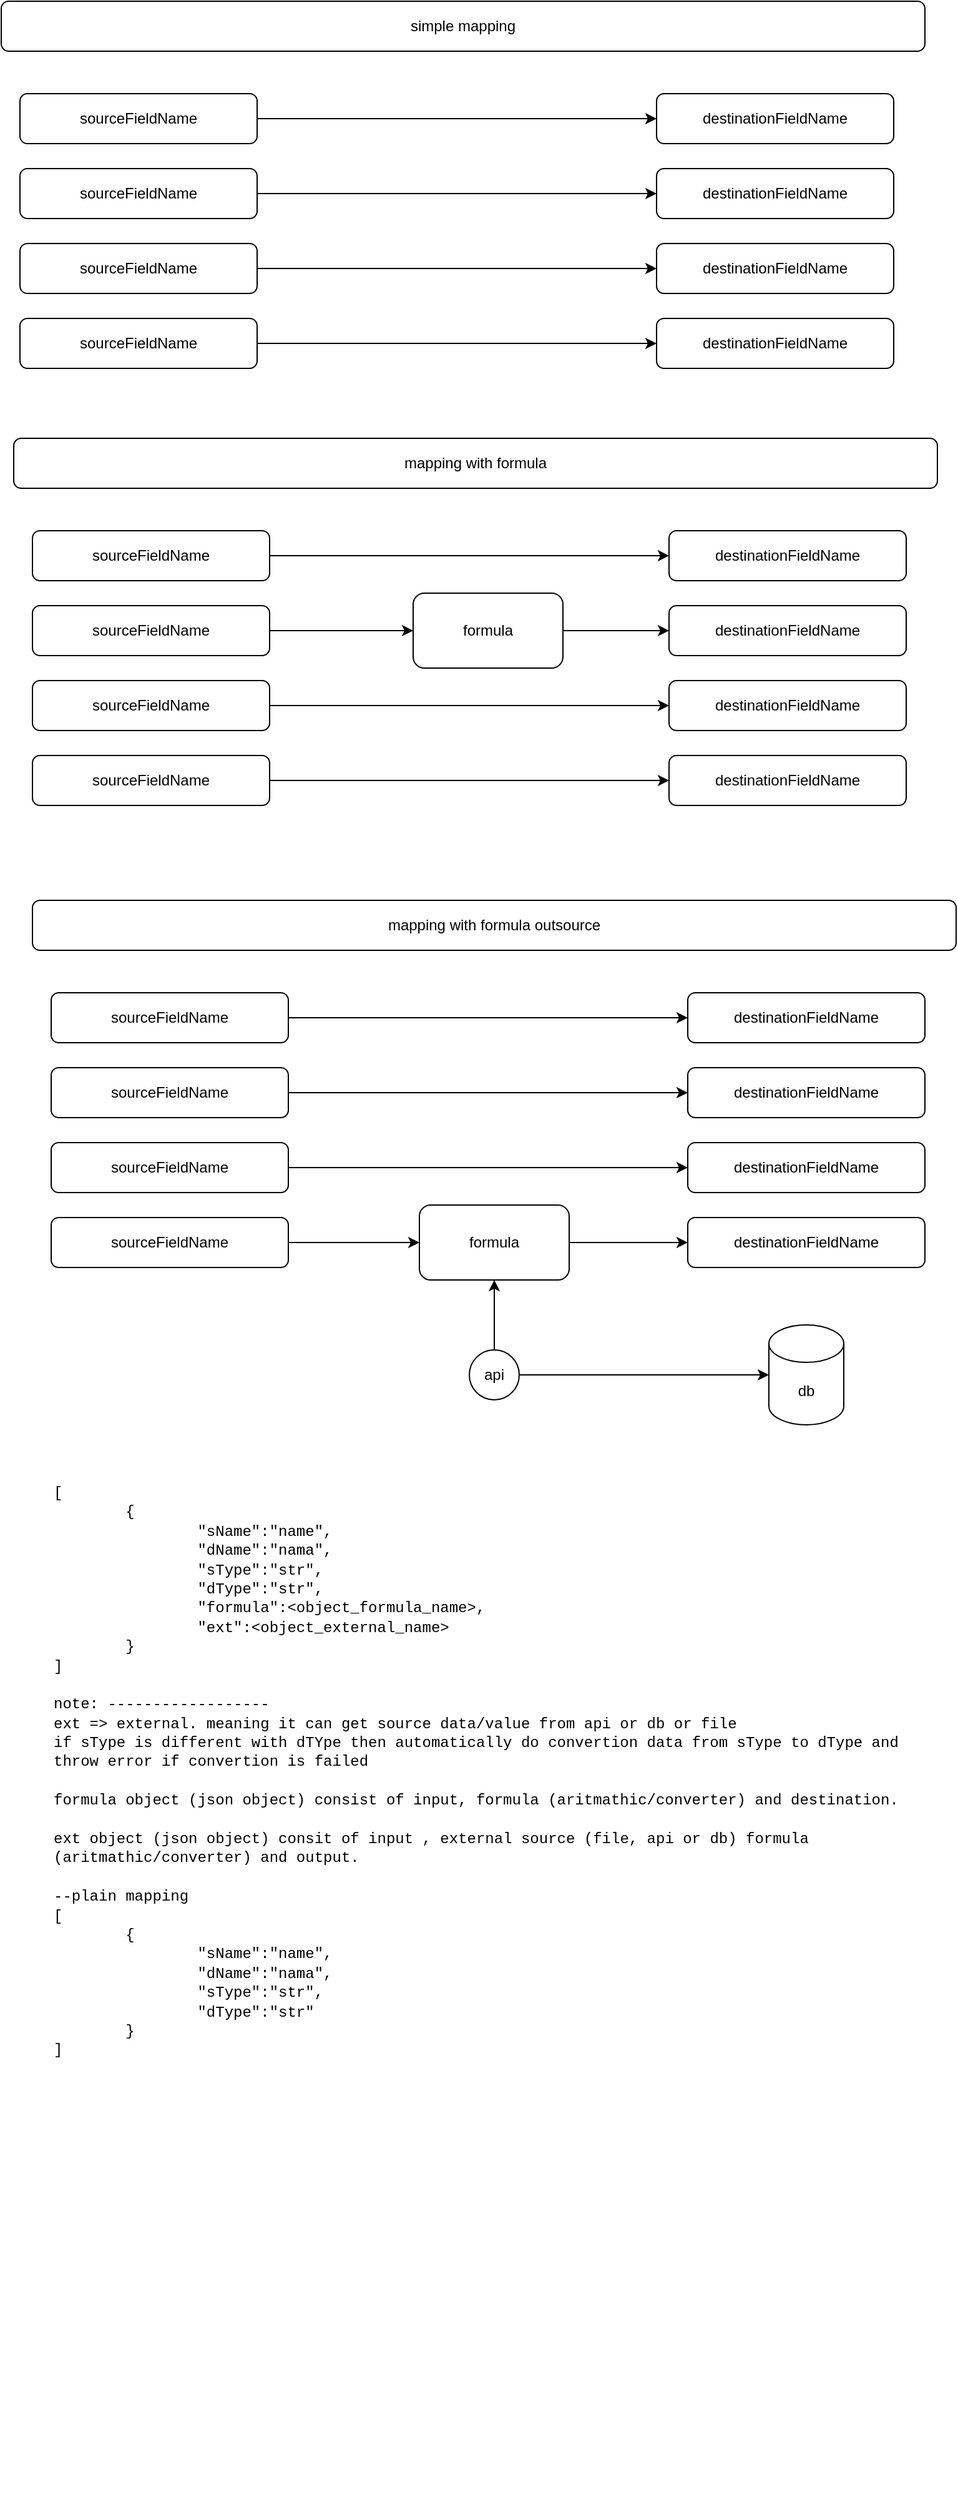
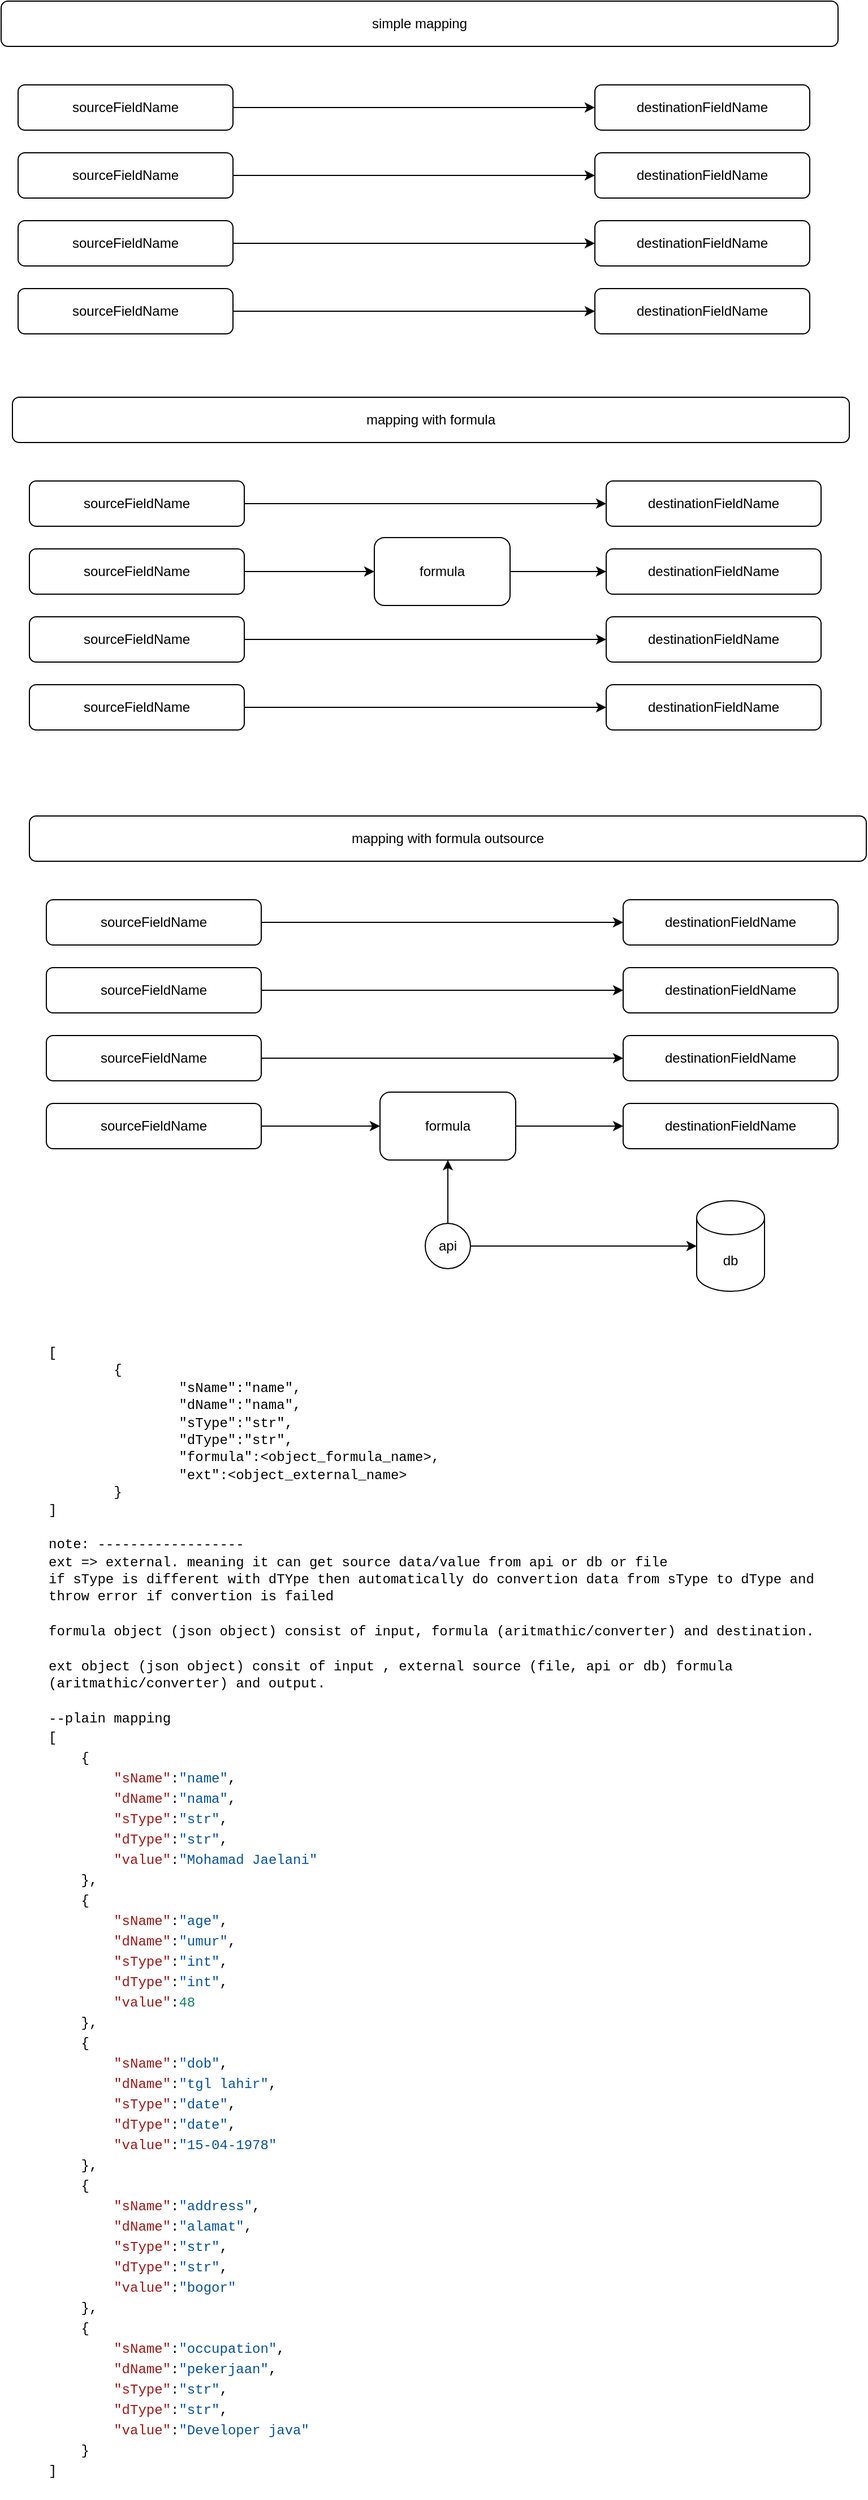
<mxfile host="app.diagrams.net">
  <diagram name="Page-1" id="w0qSyX79uqXvIxm3ApQV">
    <mxGraphModel dx="774" dy="623" grid="1" gridSize="10" guides="1" tooltips="1" connect="1" arrows="1" fold="1" page="1" pageScale="1" pageWidth="850" pageHeight="1100" math="0" shadow="0">
      <root>
        <mxCell id="0" />
        <mxCell id="1" parent="0" />
        <mxCell id="C5vNhbu8yeIDAcz09rIj-13" parent="1" style="rounded=1;whiteSpace=wrap;html=1;" value="simple mapping" vertex="1">
          <mxGeometry height="40" width="740" x="60" y="30" as="geometry" />
        </mxCell>
        <mxCell id="C5vNhbu8yeIDAcz09rIj-9" edge="1" parent="1" source="C5vNhbu8yeIDAcz09rIj-1" style="edgeStyle=orthogonalEdgeStyle;rounded=0;orthogonalLoop=1;jettySize=auto;html=1;entryX=0;entryY=0.5;entryDx=0;entryDy=0;" target="C5vNhbu8yeIDAcz09rIj-5">
          <mxGeometry relative="1" as="geometry" />
        </mxCell>
        <mxCell id="C5vNhbu8yeIDAcz09rIj-1" parent="1" style="rounded=1;whiteSpace=wrap;html=1;" value="sourceFieldName" vertex="1">
          <mxGeometry height="40" width="190" x="75" y="104" as="geometry" />
        </mxCell>
        <mxCell id="C5vNhbu8yeIDAcz09rIj-10" edge="1" parent="1" source="C5vNhbu8yeIDAcz09rIj-2" style="edgeStyle=orthogonalEdgeStyle;rounded=0;orthogonalLoop=1;jettySize=auto;html=1;entryX=0;entryY=0.5;entryDx=0;entryDy=0;" target="C5vNhbu8yeIDAcz09rIj-6">
          <mxGeometry relative="1" as="geometry" />
        </mxCell>
        <mxCell id="C5vNhbu8yeIDAcz09rIj-2" parent="1" style="rounded=1;whiteSpace=wrap;html=1;" value="sourceFieldName" vertex="1">
          <mxGeometry height="40" width="190" x="75" y="164" as="geometry" />
        </mxCell>
        <mxCell id="C5vNhbu8yeIDAcz09rIj-11" edge="1" parent="1" source="C5vNhbu8yeIDAcz09rIj-3" style="edgeStyle=orthogonalEdgeStyle;rounded=0;orthogonalLoop=1;jettySize=auto;html=1;entryX=0;entryY=0.5;entryDx=0;entryDy=0;" target="C5vNhbu8yeIDAcz09rIj-7">
          <mxGeometry relative="1" as="geometry" />
        </mxCell>
        <mxCell id="C5vNhbu8yeIDAcz09rIj-3" parent="1" style="rounded=1;whiteSpace=wrap;html=1;" value="sourceFieldName" vertex="1">
          <mxGeometry height="40" width="190" x="75" y="224" as="geometry" />
        </mxCell>
        <mxCell id="C5vNhbu8yeIDAcz09rIj-12" edge="1" parent="1" source="C5vNhbu8yeIDAcz09rIj-4" style="edgeStyle=orthogonalEdgeStyle;rounded=0;orthogonalLoop=1;jettySize=auto;html=1;entryX=0;entryY=0.5;entryDx=0;entryDy=0;" target="C5vNhbu8yeIDAcz09rIj-8">
          <mxGeometry relative="1" as="geometry" />
        </mxCell>
        <mxCell id="C5vNhbu8yeIDAcz09rIj-4" parent="1" style="rounded=1;whiteSpace=wrap;html=1;" value="sourceFieldName" vertex="1">
          <mxGeometry height="40" width="190" x="75" y="284" as="geometry" />
        </mxCell>
        <mxCell id="C5vNhbu8yeIDAcz09rIj-5" parent="1" style="rounded=1;whiteSpace=wrap;html=1;" value="destinationFieldName" vertex="1">
          <mxGeometry height="40" width="190" x="585" y="104" as="geometry" />
        </mxCell>
        <mxCell id="C5vNhbu8yeIDAcz09rIj-6" parent="1" style="rounded=1;whiteSpace=wrap;html=1;" value="destinationFieldName" vertex="1">
          <mxGeometry height="40" width="190" x="585" y="164" as="geometry" />
        </mxCell>
        <mxCell id="C5vNhbu8yeIDAcz09rIj-7" parent="1" style="rounded=1;whiteSpace=wrap;html=1;" value="destinationFieldName" vertex="1">
          <mxGeometry height="40" width="190" x="585" y="224" as="geometry" />
        </mxCell>
        <mxCell id="C5vNhbu8yeIDAcz09rIj-8" parent="1" style="rounded=1;whiteSpace=wrap;html=1;" value="destinationFieldName" vertex="1">
          <mxGeometry height="40" width="190" x="585" y="284" as="geometry" />
        </mxCell>
        <mxCell id="C5vNhbu8yeIDAcz09rIj-14" parent="1" style="rounded=1;whiteSpace=wrap;html=1;" value="mapping with formula" vertex="1">
          <mxGeometry height="40" width="740" x="70" y="380" as="geometry" />
        </mxCell>
        <mxCell id="C5vNhbu8yeIDAcz09rIj-15" edge="1" parent="1" source="C5vNhbu8yeIDAcz09rIj-16" style="edgeStyle=orthogonalEdgeStyle;rounded=0;orthogonalLoop=1;jettySize=auto;html=1;entryX=0;entryY=0.5;entryDx=0;entryDy=0;" target="C5vNhbu8yeIDAcz09rIj-23">
          <mxGeometry relative="1" as="geometry" />
        </mxCell>
        <mxCell id="C5vNhbu8yeIDAcz09rIj-16" parent="1" style="rounded=1;whiteSpace=wrap;html=1;" value="sourceFieldName" vertex="1">
          <mxGeometry height="40" width="190" x="85" y="454" as="geometry" />
        </mxCell>
        <mxCell id="C5vNhbu8yeIDAcz09rIj-28" edge="1" parent="1" source="C5vNhbu8yeIDAcz09rIj-18" style="edgeStyle=orthogonalEdgeStyle;rounded=0;orthogonalLoop=1;jettySize=auto;html=1;entryX=0;entryY=0.5;entryDx=0;entryDy=0;" target="C5vNhbu8yeIDAcz09rIj-27">
          <mxGeometry relative="1" as="geometry" />
        </mxCell>
        <mxCell id="C5vNhbu8yeIDAcz09rIj-18" parent="1" style="rounded=1;whiteSpace=wrap;html=1;" value="sourceFieldName" vertex="1">
          <mxGeometry height="40" width="190" x="85" y="514" as="geometry" />
        </mxCell>
        <mxCell id="C5vNhbu8yeIDAcz09rIj-19" edge="1" parent="1" source="C5vNhbu8yeIDAcz09rIj-20" style="edgeStyle=orthogonalEdgeStyle;rounded=0;orthogonalLoop=1;jettySize=auto;html=1;entryX=0;entryY=0.5;entryDx=0;entryDy=0;" target="C5vNhbu8yeIDAcz09rIj-25">
          <mxGeometry relative="1" as="geometry" />
        </mxCell>
        <mxCell id="C5vNhbu8yeIDAcz09rIj-20" parent="1" style="rounded=1;whiteSpace=wrap;html=1;" value="sourceFieldName" vertex="1">
          <mxGeometry height="40" width="190" x="85" y="574" as="geometry" />
        </mxCell>
        <mxCell id="C5vNhbu8yeIDAcz09rIj-21" edge="1" parent="1" source="C5vNhbu8yeIDAcz09rIj-22" style="edgeStyle=orthogonalEdgeStyle;rounded=0;orthogonalLoop=1;jettySize=auto;html=1;entryX=0;entryY=0.5;entryDx=0;entryDy=0;" target="C5vNhbu8yeIDAcz09rIj-26">
          <mxGeometry relative="1" as="geometry" />
        </mxCell>
        <mxCell id="C5vNhbu8yeIDAcz09rIj-22" parent="1" style="rounded=1;whiteSpace=wrap;html=1;" value="sourceFieldName" vertex="1">
          <mxGeometry height="40" width="190" x="85" y="634" as="geometry" />
        </mxCell>
        <mxCell id="C5vNhbu8yeIDAcz09rIj-23" parent="1" style="rounded=1;whiteSpace=wrap;html=1;" value="destinationFieldName" vertex="1">
          <mxGeometry height="40" width="190" x="595" y="454" as="geometry" />
        </mxCell>
        <mxCell id="C5vNhbu8yeIDAcz09rIj-24" parent="1" style="rounded=1;whiteSpace=wrap;html=1;" value="destinationFieldName" vertex="1">
          <mxGeometry height="40" width="190" x="595" y="514" as="geometry" />
        </mxCell>
        <mxCell id="C5vNhbu8yeIDAcz09rIj-25" parent="1" style="rounded=1;whiteSpace=wrap;html=1;" value="destinationFieldName" vertex="1">
          <mxGeometry height="40" width="190" x="595" y="574" as="geometry" />
        </mxCell>
        <mxCell id="C5vNhbu8yeIDAcz09rIj-26" parent="1" style="rounded=1;whiteSpace=wrap;html=1;" value="destinationFieldName" vertex="1">
          <mxGeometry height="40" width="190" x="595" y="634" as="geometry" />
        </mxCell>
        <mxCell id="C5vNhbu8yeIDAcz09rIj-29" edge="1" parent="1" source="C5vNhbu8yeIDAcz09rIj-27" style="edgeStyle=orthogonalEdgeStyle;rounded=0;orthogonalLoop=1;jettySize=auto;html=1;entryX=0;entryY=0.5;entryDx=0;entryDy=0;" target="C5vNhbu8yeIDAcz09rIj-24">
          <mxGeometry relative="1" as="geometry">
            <mxPoint x="590" y="534" as="targetPoint" />
          </mxGeometry>
        </mxCell>
        <mxCell id="C5vNhbu8yeIDAcz09rIj-27" parent="1" style="rounded=1;whiteSpace=wrap;html=1;" value="formula" vertex="1">
          <mxGeometry height="60" width="120" x="390" y="504" as="geometry" />
        </mxCell>
        <mxCell id="C5vNhbu8yeIDAcz09rIj-30" parent="1" style="rounded=1;whiteSpace=wrap;html=1;" value="mapping with formula outsource" vertex="1">
          <mxGeometry height="40" width="740" x="85" y="750" as="geometry" />
        </mxCell>
        <mxCell id="C5vNhbu8yeIDAcz09rIj-31" edge="1" parent="1" source="C5vNhbu8yeIDAcz09rIj-32" style="edgeStyle=orthogonalEdgeStyle;rounded=0;orthogonalLoop=1;jettySize=auto;html=1;entryX=0;entryY=0.5;entryDx=0;entryDy=0;" target="C5vNhbu8yeIDAcz09rIj-39">
          <mxGeometry relative="1" as="geometry" />
        </mxCell>
        <mxCell id="C5vNhbu8yeIDAcz09rIj-32" parent="1" style="rounded=1;whiteSpace=wrap;html=1;" value="sourceFieldName" vertex="1">
          <mxGeometry height="40" width="190" x="100" y="824" as="geometry" />
        </mxCell>
        <mxCell id="C5vNhbu8yeIDAcz09rIj-33" edge="1" parent="1" source="C5vNhbu8yeIDAcz09rIj-34" style="edgeStyle=orthogonalEdgeStyle;rounded=0;orthogonalLoop=1;jettySize=auto;html=1;entryX=0;entryY=0.5;entryDx=0;entryDy=0;" target="C5vNhbu8yeIDAcz09rIj-40">
          <mxGeometry relative="1" as="geometry">
            <mxPoint x="405" y="904" as="targetPoint" />
          </mxGeometry>
        </mxCell>
        <mxCell id="C5vNhbu8yeIDAcz09rIj-34" parent="1" style="rounded=1;whiteSpace=wrap;html=1;" value="sourceFieldName" vertex="1">
          <mxGeometry height="40" width="190" x="100" y="884" as="geometry" />
        </mxCell>
        <mxCell id="C5vNhbu8yeIDAcz09rIj-35" edge="1" parent="1" source="C5vNhbu8yeIDAcz09rIj-36" style="edgeStyle=orthogonalEdgeStyle;rounded=0;orthogonalLoop=1;jettySize=auto;html=1;entryX=0;entryY=0.5;entryDx=0;entryDy=0;" target="C5vNhbu8yeIDAcz09rIj-41">
          <mxGeometry relative="1" as="geometry" />
        </mxCell>
        <mxCell id="C5vNhbu8yeIDAcz09rIj-36" parent="1" style="rounded=1;whiteSpace=wrap;html=1;" value="sourceFieldName" vertex="1">
          <mxGeometry height="40" width="190" x="100" y="944" as="geometry" />
        </mxCell>
        <mxCell id="C5vNhbu8yeIDAcz09rIj-47" edge="1" parent="1" source="C5vNhbu8yeIDAcz09rIj-38" style="edgeStyle=orthogonalEdgeStyle;rounded=0;orthogonalLoop=1;jettySize=auto;html=1;entryX=0;entryY=0.5;entryDx=0;entryDy=0;" target="C5vNhbu8yeIDAcz09rIj-46">
          <mxGeometry relative="1" as="geometry" />
        </mxCell>
        <mxCell id="C5vNhbu8yeIDAcz09rIj-38" parent="1" style="rounded=1;whiteSpace=wrap;html=1;" value="sourceFieldName" vertex="1">
          <mxGeometry height="40" width="190" x="100" y="1004" as="geometry" />
        </mxCell>
        <mxCell id="C5vNhbu8yeIDAcz09rIj-39" parent="1" style="rounded=1;whiteSpace=wrap;html=1;" value="destinationFieldName" vertex="1">
          <mxGeometry height="40" width="190" x="610" y="824" as="geometry" />
        </mxCell>
        <mxCell id="C5vNhbu8yeIDAcz09rIj-40" parent="1" style="rounded=1;whiteSpace=wrap;html=1;" value="destinationFieldName" vertex="1">
          <mxGeometry height="40" width="190" x="610" y="884" as="geometry" />
        </mxCell>
        <mxCell id="C5vNhbu8yeIDAcz09rIj-41" parent="1" style="rounded=1;whiteSpace=wrap;html=1;" value="destinationFieldName" vertex="1">
          <mxGeometry height="40" width="190" x="610" y="944" as="geometry" />
        </mxCell>
        <mxCell id="C5vNhbu8yeIDAcz09rIj-42" parent="1" style="rounded=1;whiteSpace=wrap;html=1;" value="destinationFieldName" vertex="1">
          <mxGeometry height="40" width="190" x="610" y="1004" as="geometry" />
        </mxCell>
        <mxCell id="C5vNhbu8yeIDAcz09rIj-45" parent="1" style="shape=cylinder3;whiteSpace=wrap;html=1;boundedLbl=1;backgroundOutline=1;size=15;" value="db" vertex="1">
          <mxGeometry height="80" width="60" x="675" y="1090" as="geometry" />
        </mxCell>
        <mxCell id="C5vNhbu8yeIDAcz09rIj-49" edge="1" parent="1" source="C5vNhbu8yeIDAcz09rIj-46" style="edgeStyle=orthogonalEdgeStyle;rounded=0;orthogonalLoop=1;jettySize=auto;html=1;entryX=0;entryY=0.5;entryDx=0;entryDy=0;" target="C5vNhbu8yeIDAcz09rIj-42">
          <mxGeometry relative="1" as="geometry" />
        </mxCell>
        <mxCell id="C5vNhbu8yeIDAcz09rIj-46" parent="1" style="rounded=1;whiteSpace=wrap;html=1;" value="formula" vertex="1">
          <mxGeometry height="60" width="120" x="395" y="994" as="geometry" />
        </mxCell>
        <mxCell id="C5vNhbu8yeIDAcz09rIj-51" edge="1" parent="1" source="C5vNhbu8yeIDAcz09rIj-50" style="edgeStyle=orthogonalEdgeStyle;rounded=0;orthogonalLoop=1;jettySize=auto;html=1;entryX=0.5;entryY=1;entryDx=0;entryDy=0;" target="C5vNhbu8yeIDAcz09rIj-46">
          <mxGeometry relative="1" as="geometry" />
        </mxCell>
        <mxCell id="C5vNhbu8yeIDAcz09rIj-50" parent="1" style="ellipse;whiteSpace=wrap;html=1;aspect=fixed;" value="api" vertex="1">
          <mxGeometry height="40" width="40" x="435" y="1110" as="geometry" />
        </mxCell>
        <mxCell id="C5vNhbu8yeIDAcz09rIj-52" edge="1" parent="1" source="C5vNhbu8yeIDAcz09rIj-50" style="edgeStyle=orthogonalEdgeStyle;rounded=0;orthogonalLoop=1;jettySize=auto;html=1;entryX=0;entryY=0.5;entryDx=0;entryDy=0;entryPerimeter=0;" target="C5vNhbu8yeIDAcz09rIj-45">
          <mxGeometry relative="1" as="geometry" />
        </mxCell>
-         <mxCell id="C5vNhbu8yeIDAcz09rIj-54" parent="1" style="rounded=0;whiteSpace=wrap;html=1;align=left;verticalAlign=top;strokeColor=none;" value="&lt;font face=&quot;Courier New&quot;&gt;[&lt;/font&gt;&lt;div&gt;&lt;font face=&quot;Courier New&quot;&gt;&lt;span style=&quot;white-space: pre;&quot;&gt;&#x9;&lt;/span&gt;{&lt;br&gt;&lt;/font&gt;&lt;/div&gt;&lt;div&gt;&lt;font face=&quot;Courier New&quot;&gt;&lt;span style=&quot;white-space: pre;&quot;&gt;&#x9;&lt;/span&gt;&lt;span style=&quot;white-space: pre;&quot;&gt;&#x9;&lt;/span&gt;&quot;sName&quot;:&quot;name&quot;,&lt;br&gt;&lt;/font&gt;&lt;/div&gt;&lt;div&gt;&lt;font face=&quot;Courier New&quot;&gt;&lt;span style=&quot;white-space: pre;&quot;&gt;&#x9;&lt;/span&gt;&lt;span style=&quot;white-space: pre;&quot;&gt;&#x9;&lt;/span&gt;&quot;dName&quot;:&quot;nama&quot;,&lt;br&gt;&lt;/font&gt;&lt;/div&gt;&lt;div&gt;&lt;font face=&quot;Courier New&quot;&gt;&lt;span style=&quot;white-space: pre;&quot;&gt;&#x9;&lt;/span&gt;&lt;span style=&quot;white-space: pre;&quot;&gt;&#x9;&lt;/span&gt;&quot;sType&quot;:&quot;str&quot;,&lt;br&gt;&lt;/font&gt;&lt;/div&gt;&lt;div&gt;&lt;font face=&quot;Courier New&quot;&gt;&lt;span style=&quot;white-space: pre;&quot;&gt;&#x9;&lt;/span&gt;&lt;span style=&quot;white-space: pre;&quot;&gt;&#x9;&lt;/span&gt;&quot;dType&quot;:&quot;str&quot;,&lt;br&gt;&lt;/font&gt;&lt;/div&gt;&lt;div&gt;&lt;font face=&quot;Courier New&quot;&gt;&lt;span style=&quot;white-space: pre;&quot;&gt;&#x9;&lt;/span&gt;&lt;span style=&quot;white-space: pre;&quot;&gt;&#x9;&lt;/span&gt;&quot;formula&quot;:&amp;lt;object_formula_name&amp;gt;,&lt;br&gt;&lt;/font&gt;&lt;/div&gt;&lt;div&gt;&lt;font face=&quot;Courier New&quot;&gt;&lt;span style=&quot;white-space: pre;&quot;&gt;&#x9;&lt;/span&gt;&lt;span style=&quot;white-space: pre;&quot;&gt;&#x9;&lt;/span&gt;&quot;ext&quot;:&amp;lt;object_external_name&amp;gt;&lt;br&gt;&lt;/font&gt;&lt;/div&gt;&lt;div&gt;&lt;font face=&quot;Courier New&quot;&gt;&lt;span style=&quot;white-space: pre;&quot;&gt;&#x9;&lt;/span&gt;}&lt;br&gt;&lt;/font&gt;&lt;/div&gt;&lt;div&gt;&lt;font face=&quot;Courier New&quot;&gt;]&lt;/font&gt;&lt;/div&gt;&lt;div&gt;&lt;font face=&quot;Courier New&quot;&gt;&lt;br&gt;&lt;/font&gt;&lt;/div&gt;&lt;div&gt;&lt;font face=&quot;Courier New&quot;&gt;note: ------------------&lt;/font&gt;&lt;/div&gt;&lt;div&gt;&lt;font face=&quot;Courier New&quot;&gt;ext =&amp;gt; external. meaning it can get source data/value from api or db or file&lt;/font&gt;&lt;/div&gt;&lt;div&gt;&lt;font face=&quot;Courier New&quot;&gt;if sType is different with dTYpe then automatically do convertion data from sType to dType and throw error if convertion is failed&lt;/font&gt;&lt;/div&gt;&lt;div&gt;&lt;font face=&quot;Courier New&quot;&gt;&lt;br&gt;&lt;/font&gt;&lt;/div&gt;&lt;div&gt;&lt;font face=&quot;Courier New&quot;&gt;formula object (json object) consist of input, formula (aritmathic/converter) and destination.&lt;/font&gt;&lt;/div&gt;&lt;div&gt;&lt;font face=&quot;Courier New&quot;&gt;&lt;br&gt;&lt;/font&gt;&lt;/div&gt;&lt;div&gt;&lt;font face=&quot;Courier New&quot;&gt;ext object&amp;nbsp;&lt;/font&gt;&lt;span style=&quot;font-family: &amp;quot;Courier New&amp;quot;; background-color: transparent; color: light-dark(rgb(0, 0, 0), rgb(255, 255, 255));&quot;&gt;(json object)&lt;/span&gt;&lt;span style=&quot;font-family: &amp;quot;Courier New&amp;quot;; background-color: transparent; color: light-dark(rgb(0, 0, 0), rgb(255, 255, 255));&quot;&gt;&amp;nbsp;consit of input , external source (file, api or db) formula (aritmathic/converter) and output.&lt;/span&gt;&lt;/div&gt;&lt;div&gt;&lt;span style=&quot;font-family: &amp;quot;Courier New&amp;quot;; background-color: transparent; color: light-dark(rgb(0, 0, 0), rgb(255, 255, 255));&quot;&gt;&lt;br&gt;&lt;/span&gt;&lt;/div&gt;&lt;div&gt;&lt;span style=&quot;font-family: &amp;quot;Courier New&amp;quot;; background-color: transparent; color: light-dark(rgb(0, 0, 0), rgb(255, 255, 255));&quot;&gt;--plain mapping&lt;/span&gt;&lt;/div&gt;&lt;div&gt;&lt;font face=&quot;Courier New&quot;&gt;[&lt;/font&gt;&lt;div&gt;&lt;font face=&quot;Courier New&quot;&gt;&lt;span style=&quot;white-space: pre;&quot;&gt;&#x9;&lt;/span&gt;{&lt;br&gt;&lt;/font&gt;&lt;/div&gt;&lt;div&gt;&lt;font face=&quot;Courier New&quot;&gt;&lt;span style=&quot;white-space: pre;&quot;&gt;&#x9;&lt;/span&gt;&lt;span style=&quot;white-space: pre;&quot;&gt;&#x9;&lt;/span&gt;&quot;sName&quot;:&quot;name&quot;,&lt;br&gt;&lt;/font&gt;&lt;/div&gt;&lt;div&gt;&lt;font face=&quot;Courier New&quot;&gt;&lt;span style=&quot;white-space: pre;&quot;&gt;&#x9;&lt;/span&gt;&lt;span style=&quot;white-space: pre;&quot;&gt;&#x9;&lt;/span&gt;&quot;dName&quot;:&quot;nama&quot;,&lt;br&gt;&lt;/font&gt;&lt;/div&gt;&lt;div&gt;&lt;font face=&quot;Courier New&quot;&gt;&lt;span style=&quot;white-space: pre;&quot;&gt;&#x9;&lt;/span&gt;&lt;span style=&quot;white-space: pre;&quot;&gt;&#x9;&lt;/span&gt;&quot;sType&quot;:&quot;str&quot;,&lt;br&gt;&lt;/font&gt;&lt;/div&gt;&lt;div&gt;&lt;font face=&quot;Courier New&quot;&gt;&lt;span style=&quot;white-space: pre;&quot;&gt;&#x9;&lt;/span&gt;&lt;span style=&quot;white-space: pre;&quot;&gt;&#x9;&lt;/span&gt;&quot;dType&quot;:&quot;str&quot;&lt;/font&gt;&lt;/div&gt;&lt;div&gt;&lt;font face=&quot;Courier New&quot;&gt;&lt;span style=&quot;white-space: pre;&quot;&gt;&#x9;&lt;/span&gt;}&lt;br&gt;&lt;/font&gt;&lt;/div&gt;&lt;div&gt;&lt;font face=&quot;Courier New&quot;&gt;]&lt;/font&gt;&lt;/div&gt;&lt;/div&gt;&lt;div&gt;&lt;font face=&quot;Courier New&quot;&gt;&lt;br&gt;&lt;/font&gt;&lt;/div&gt;" vertex="1">
+         <mxCell id="C5vNhbu8yeIDAcz09rIj-54" parent="1" style="rounded=0;whiteSpace=wrap;html=1;align=left;verticalAlign=top;strokeColor=none;" value="&lt;font face=&quot;Courier New&quot;&gt;[&lt;/font&gt;&lt;div&gt;&lt;font face=&quot;Courier New&quot;&gt;&lt;span style=&quot;white-space: pre;&quot;&gt;&#x9;&lt;/span&gt;{&lt;br&gt;&lt;/font&gt;&lt;/div&gt;&lt;div&gt;&lt;font face=&quot;Courier New&quot;&gt;&lt;span style=&quot;white-space: pre;&quot;&gt;&#x9;&lt;/span&gt;&lt;span style=&quot;white-space: pre;&quot;&gt;&#x9;&lt;/span&gt;&quot;sName&quot;:&quot;name&quot;,&lt;br&gt;&lt;/font&gt;&lt;/div&gt;&lt;div&gt;&lt;font face=&quot;Courier New&quot;&gt;&lt;span style=&quot;white-space: pre;&quot;&gt;&#x9;&lt;/span&gt;&lt;span style=&quot;white-space: pre;&quot;&gt;&#x9;&lt;/span&gt;&quot;dName&quot;:&quot;nama&quot;,&lt;br&gt;&lt;/font&gt;&lt;/div&gt;&lt;div&gt;&lt;font face=&quot;Courier New&quot;&gt;&lt;span style=&quot;white-space: pre;&quot;&gt;&#x9;&lt;/span&gt;&lt;span style=&quot;white-space: pre;&quot;&gt;&#x9;&lt;/span&gt;&quot;sType&quot;:&quot;str&quot;,&lt;br&gt;&lt;/font&gt;&lt;/div&gt;&lt;div&gt;&lt;font face=&quot;Courier New&quot;&gt;&lt;span style=&quot;white-space: pre;&quot;&gt;&#x9;&lt;/span&gt;&lt;span style=&quot;white-space: pre;&quot;&gt;&#x9;&lt;/span&gt;&quot;dType&quot;:&quot;str&quot;,&lt;br&gt;&lt;/font&gt;&lt;/div&gt;&lt;div&gt;&lt;font face=&quot;Courier New&quot;&gt;&lt;span style=&quot;white-space: pre;&quot;&gt;&#x9;&lt;/span&gt;&lt;span style=&quot;white-space: pre;&quot;&gt;&#x9;&lt;/span&gt;&quot;formula&quot;:&amp;lt;object_formula_name&amp;gt;,&lt;br&gt;&lt;/font&gt;&lt;/div&gt;&lt;div&gt;&lt;font face=&quot;Courier New&quot;&gt;&lt;span style=&quot;white-space: pre;&quot;&gt;&#x9;&lt;/span&gt;&lt;span style=&quot;white-space: pre;&quot;&gt;&#x9;&lt;/span&gt;&quot;ext&quot;:&amp;lt;object_external_name&amp;gt;&lt;br&gt;&lt;/font&gt;&lt;/div&gt;&lt;div&gt;&lt;font face=&quot;Courier New&quot;&gt;&lt;span style=&quot;white-space: pre;&quot;&gt;&#x9;&lt;/span&gt;}&lt;br&gt;&lt;/font&gt;&lt;/div&gt;&lt;div&gt;&lt;font face=&quot;Courier New&quot;&gt;]&lt;/font&gt;&lt;/div&gt;&lt;div&gt;&lt;font face=&quot;Courier New&quot;&gt;&lt;br&gt;&lt;/font&gt;&lt;/div&gt;&lt;div&gt;&lt;font face=&quot;Courier New&quot;&gt;note: ------------------&lt;/font&gt;&lt;/div&gt;&lt;div&gt;&lt;font face=&quot;Courier New&quot;&gt;ext =&amp;gt; external. meaning it can get source data/value from api or db or file&lt;/font&gt;&lt;/div&gt;&lt;div&gt;&lt;font face=&quot;Courier New&quot;&gt;if sType is different with dTYpe then automatically do convertion data from sType to dType and throw error if convertion is failed&lt;/font&gt;&lt;/div&gt;&lt;div&gt;&lt;font face=&quot;Courier New&quot;&gt;&lt;br&gt;&lt;/font&gt;&lt;/div&gt;&lt;div&gt;&lt;font face=&quot;Courier New&quot;&gt;formula object (json object) consist of input, formula (aritmathic/converter) and destination.&lt;/font&gt;&lt;/div&gt;&lt;div&gt;&lt;font face=&quot;Courier New&quot;&gt;&lt;br&gt;&lt;/font&gt;&lt;/div&gt;&lt;div&gt;&lt;font face=&quot;Courier New&quot;&gt;ext object&amp;nbsp;&lt;/font&gt;&lt;span style=&quot;font-family: &amp;quot;Courier New&amp;quot;; background-color: transparent; color: light-dark(rgb(0, 0, 0), rgb(255, 255, 255));&quot;&gt;(json object)&lt;/span&gt;&lt;span style=&quot;font-family: &amp;quot;Courier New&amp;quot;; background-color: transparent; color: light-dark(rgb(0, 0, 0), rgb(255, 255, 255));&quot;&gt;&amp;nbsp;consit of input , external source (file, api or db) formula (aritmathic/converter) and output.&lt;/span&gt;&lt;/div&gt;&lt;div&gt;&lt;span style=&quot;font-family: &amp;quot;Courier New&amp;quot;; background-color: transparent; color: light-dark(rgb(0, 0, 0), rgb(255, 255, 255));&quot;&gt;&lt;br&gt;&lt;/span&gt;&lt;/div&gt;&lt;div&gt;&lt;span style=&quot;font-family: &amp;quot;Courier New&amp;quot;; background-color: transparent; color: light-dark(rgb(0, 0, 0), rgb(255, 255, 255));&quot;&gt;--plain mapping&lt;/span&gt;&lt;/div&gt;&lt;div&gt;&lt;div style=&quot;background-color: rgb(255, 255, 255); font-family: IBMPlexMono, &amp;quot;Courier New&amp;quot;, monospace, Consolas, &amp;quot;Courier New&amp;quot;, monospace; line-height: 18px; white-space: pre;&quot;&gt;&lt;div&gt;[&lt;/div&gt;&lt;div&gt;&amp;nbsp; &amp;nbsp; {&lt;/div&gt;&lt;div&gt;&amp;nbsp; &amp;nbsp; &amp;nbsp; &amp;nbsp; &lt;span style=&quot;color: #a31515;&quot;&gt;&quot;sName&quot;&lt;/span&gt;:&lt;span style=&quot;color: #0451a5;&quot;&gt;&quot;name&quot;&lt;/span&gt;,&lt;/div&gt;&lt;div&gt;&amp;nbsp; &amp;nbsp; &amp;nbsp; &amp;nbsp; &lt;span style=&quot;color: #a31515;&quot;&gt;&quot;dName&quot;&lt;/span&gt;:&lt;span style=&quot;color: #0451a5;&quot;&gt;&quot;nama&quot;&lt;/span&gt;,&lt;/div&gt;&lt;div&gt;&amp;nbsp; &amp;nbsp; &amp;nbsp; &amp;nbsp; &lt;span style=&quot;color: #a31515;&quot;&gt;&quot;sType&quot;&lt;/span&gt;:&lt;span style=&quot;color: #0451a5;&quot;&gt;&quot;str&quot;&lt;/span&gt;,&lt;/div&gt;&lt;div&gt;&amp;nbsp; &amp;nbsp; &amp;nbsp; &amp;nbsp; &lt;span style=&quot;color: #a31515;&quot;&gt;&quot;dType&quot;&lt;/span&gt;:&lt;span style=&quot;color: #0451a5;&quot;&gt;&quot;str&quot;&lt;/span&gt;,&lt;/div&gt;&lt;div&gt;&amp;nbsp; &amp;nbsp; &amp;nbsp; &amp;nbsp; &lt;span style=&quot;color: #a31515;&quot;&gt;&quot;value&quot;&lt;/span&gt;:&lt;span style=&quot;color: #0451a5;&quot;&gt;&quot;Mohamad Jaelani&quot;&lt;/span&gt;&lt;/div&gt;&lt;div&gt;&amp;nbsp; &amp;nbsp; },&lt;/div&gt;&lt;div&gt;&amp;nbsp; &amp;nbsp; {&lt;/div&gt;&lt;div&gt;&amp;nbsp; &amp;nbsp; &amp;nbsp; &amp;nbsp; &lt;span style=&quot;color: #a31515;&quot;&gt;&quot;sName&quot;&lt;/span&gt;:&lt;span style=&quot;color: #0451a5;&quot;&gt;&quot;age&quot;&lt;/span&gt;,&lt;/div&gt;&lt;div&gt;&amp;nbsp; &amp;nbsp; &amp;nbsp; &amp;nbsp; &lt;span style=&quot;color: #a31515;&quot;&gt;&quot;dName&quot;&lt;/span&gt;:&lt;span style=&quot;color: #0451a5;&quot;&gt;&quot;umur&quot;&lt;/span&gt;,&lt;/div&gt;&lt;div&gt;&amp;nbsp; &amp;nbsp; &amp;nbsp; &amp;nbsp; &lt;span style=&quot;color: #a31515;&quot;&gt;&quot;sType&quot;&lt;/span&gt;:&lt;span style=&quot;color: #0451a5;&quot;&gt;&quot;int&quot;&lt;/span&gt;,&lt;/div&gt;&lt;div&gt;&amp;nbsp; &amp;nbsp; &amp;nbsp; &amp;nbsp; &lt;span style=&quot;color: #a31515;&quot;&gt;&quot;dType&quot;&lt;/span&gt;:&lt;span style=&quot;color: #0451a5;&quot;&gt;&quot;int&quot;&lt;/span&gt;,&lt;/div&gt;&lt;div&gt;&amp;nbsp; &amp;nbsp; &amp;nbsp; &amp;nbsp; &lt;span style=&quot;color: #a31515;&quot;&gt;&quot;value&quot;&lt;/span&gt;:&lt;span style=&quot;color: #098658;&quot;&gt;48&lt;/span&gt;&lt;/div&gt;&lt;div&gt;&amp;nbsp; &amp;nbsp; },&lt;/div&gt;&lt;div&gt;&amp;nbsp; &amp;nbsp; {&lt;/div&gt;&lt;div&gt;&amp;nbsp; &amp;nbsp; &amp;nbsp; &amp;nbsp; &lt;span style=&quot;color: #a31515;&quot;&gt;&quot;sName&quot;&lt;/span&gt;:&lt;span style=&quot;color: #0451a5;&quot;&gt;&quot;dob&quot;&lt;/span&gt;,&lt;/div&gt;&lt;div&gt;&amp;nbsp; &amp;nbsp; &amp;nbsp; &amp;nbsp; &lt;span style=&quot;color: #a31515;&quot;&gt;&quot;dName&quot;&lt;/span&gt;:&lt;span style=&quot;color: #0451a5;&quot;&gt;&quot;tgl lahir&quot;&lt;/span&gt;,&lt;/div&gt;&lt;div&gt;&amp;nbsp; &amp;nbsp; &amp;nbsp; &amp;nbsp; &lt;span style=&quot;color: #a31515;&quot;&gt;&quot;sType&quot;&lt;/span&gt;:&lt;span style=&quot;color: #0451a5;&quot;&gt;&quot;date&quot;&lt;/span&gt;,&lt;/div&gt;&lt;div&gt;&amp;nbsp; &amp;nbsp; &amp;nbsp; &amp;nbsp; &lt;span style=&quot;color: #a31515;&quot;&gt;&quot;dType&quot;&lt;/span&gt;:&lt;span style=&quot;color: #0451a5;&quot;&gt;&quot;date&quot;&lt;/span&gt;,&lt;/div&gt;&lt;div&gt;&amp;nbsp; &amp;nbsp; &amp;nbsp; &amp;nbsp; &lt;span style=&quot;color: #a31515;&quot;&gt;&quot;value&quot;&lt;/span&gt;:&lt;span style=&quot;color: #0451a5;&quot;&gt;&quot;15-04-1978&quot;&lt;/span&gt;&lt;/div&gt;&lt;div&gt;&amp;nbsp; &amp;nbsp; },&lt;/div&gt;&lt;div&gt;&amp;nbsp; &amp;nbsp; {&lt;/div&gt;&lt;div&gt;&amp;nbsp; &amp;nbsp; &amp;nbsp; &amp;nbsp; &lt;span style=&quot;color: #a31515;&quot;&gt;&quot;sName&quot;&lt;/span&gt;:&lt;span style=&quot;color: #0451a5;&quot;&gt;&quot;address&quot;&lt;/span&gt;,&lt;/div&gt;&lt;div&gt;&amp;nbsp; &amp;nbsp; &amp;nbsp; &amp;nbsp; &lt;span style=&quot;color: #a31515;&quot;&gt;&quot;dName&quot;&lt;/span&gt;:&lt;span style=&quot;color: #0451a5;&quot;&gt;&quot;alamat&quot;&lt;/span&gt;,&lt;/div&gt;&lt;div&gt;&amp;nbsp; &amp;nbsp; &amp;nbsp; &amp;nbsp; &lt;span style=&quot;color: #a31515;&quot;&gt;&quot;sType&quot;&lt;/span&gt;:&lt;span style=&quot;color: #0451a5;&quot;&gt;&quot;str&quot;&lt;/span&gt;,&lt;/div&gt;&lt;div&gt;&amp;nbsp; &amp;nbsp; &amp;nbsp; &amp;nbsp; &lt;span style=&quot;color: #a31515;&quot;&gt;&quot;dType&quot;&lt;/span&gt;:&lt;span style=&quot;color: #0451a5;&quot;&gt;&quot;str&quot;&lt;/span&gt;,&lt;/div&gt;&lt;div&gt;&amp;nbsp; &amp;nbsp; &amp;nbsp; &amp;nbsp; &lt;span style=&quot;color: #a31515;&quot;&gt;&quot;value&quot;&lt;/span&gt;:&lt;span style=&quot;color: #0451a5;&quot;&gt;&quot;bogor&quot;&lt;/span&gt;&lt;/div&gt;&lt;div&gt;&amp;nbsp; &amp;nbsp; },&lt;/div&gt;&lt;div&gt;&amp;nbsp; &amp;nbsp; {&lt;/div&gt;&lt;div&gt;&amp;nbsp; &amp;nbsp; &amp;nbsp; &amp;nbsp; &lt;span style=&quot;color: #a31515;&quot;&gt;&quot;sName&quot;&lt;/span&gt;:&lt;span style=&quot;color: #0451a5;&quot;&gt;&quot;occupation&quot;&lt;/span&gt;,&lt;/div&gt;&lt;div&gt;&amp;nbsp; &amp;nbsp; &amp;nbsp; &amp;nbsp; &lt;span style=&quot;color: #a31515;&quot;&gt;&quot;dName&quot;&lt;/span&gt;:&lt;span style=&quot;color: #0451a5;&quot;&gt;&quot;pekerjaan&quot;&lt;/span&gt;,&lt;/div&gt;&lt;div&gt;&amp;nbsp; &amp;nbsp; &amp;nbsp; &amp;nbsp; &lt;span style=&quot;color: #a31515;&quot;&gt;&quot;sType&quot;&lt;/span&gt;:&lt;span style=&quot;color: #0451a5;&quot;&gt;&quot;str&quot;&lt;/span&gt;,&lt;/div&gt;&lt;div&gt;&amp;nbsp; &amp;nbsp; &amp;nbsp; &amp;nbsp; &lt;span style=&quot;color: #a31515;&quot;&gt;&quot;dType&quot;&lt;/span&gt;:&lt;span style=&quot;color: #0451a5;&quot;&gt;&quot;str&quot;&lt;/span&gt;,&lt;/div&gt;&lt;div&gt;&amp;nbsp; &amp;nbsp; &amp;nbsp; &amp;nbsp; &lt;span style=&quot;color: #a31515;&quot;&gt;&quot;value&quot;&lt;/span&gt;:&lt;span style=&quot;color: #0451a5;&quot;&gt;&quot;Developer java&quot;&lt;/span&gt;&lt;/div&gt;&lt;div&gt;&amp;nbsp; &amp;nbsp; }&lt;/div&gt;&lt;div&gt;]&lt;/div&gt;&lt;/div&gt;&lt;/div&gt;&lt;div&gt;&lt;font face=&quot;Courier New&quot;&gt;&lt;br&gt;&lt;/font&gt;&lt;/div&gt;" vertex="1">
          <mxGeometry height="820" width="700" x="100" y="1210" as="geometry" />
        </mxCell>
      </root>
    </mxGraphModel>
  </diagram>
</mxfile>
